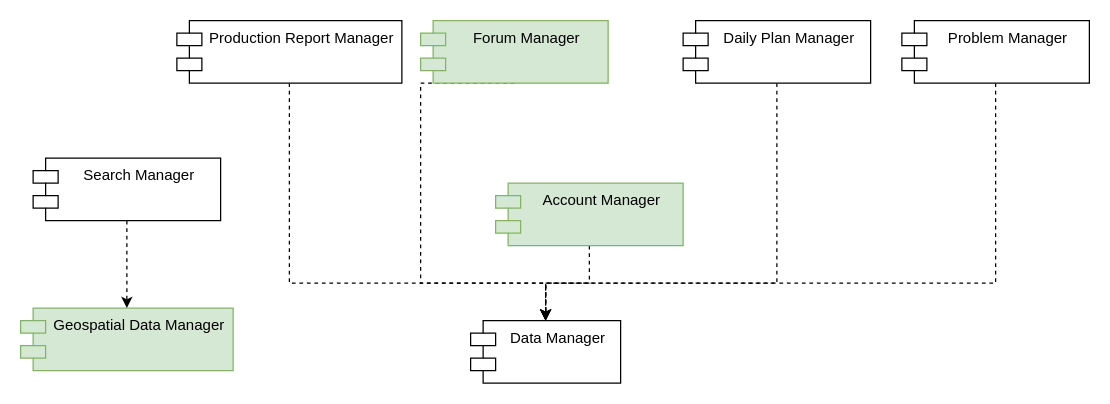
ictar/DREAM-SE2-Project-2022 keeps this draw.io diagram as page "AS - dependency" (1 of 2) of DD/diagrams/dependency and integration diagram.drawio. Above is the earlier version. Source tidied: cells renumbered, new cells numbered last; positions are measured from the earlier drawing's top-left corner, leaving out a move shared by most shapes. Both pictures are drawn from the tidied source at 125%, with x=0, y=0 at pixel (20, 20).
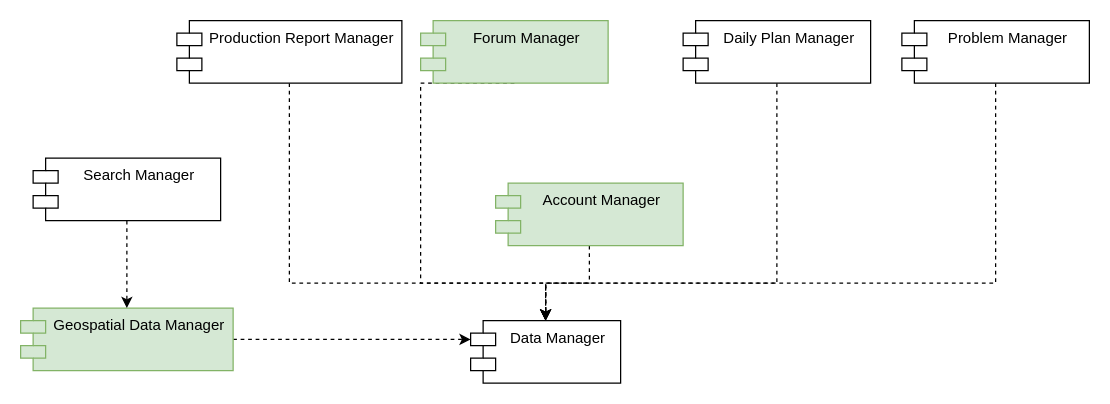
After the change.

The change refers to these unchanged cells:
```xml
<mxCell id="6" value="Data Manager" style="shape=module;align=left;spacingLeft=20;align=center;verticalAlign=top;fontColor=#000000;strokeColor=default;" parent="1" vertex="1">
  <mxGeometry x="360" y="240" width="120" height="50" as="geometry" />
</mxCell>
<mxCell id="11" value="Geospatial Data Manager" style="shape=module;align=left;spacingLeft=20;align=center;verticalAlign=top;strokeColor=#82b366;fillColor=#d5e8d4;" parent="1" vertex="1">
  <mxGeometry y="230" width="170" height="50" as="geometry" />
</mxCell>
```

Diff of the diagram source:
```diff
@@
+    <mxCell id="16" style="edgeStyle=orthogonalEdgeStyle;rounded=0;jettySize=auto;html=1;exitX=1;exitY=0.5;exitDx=0;exitDy=0;entryX=0;entryY=0;entryDx=0;entryDy=15;entryPerimeter=0;dashed=1;" parent="1" edge="1" source="11" target="6">
+      <mxGeometry relative="1" as="geometry" />
+    </mxCell>
```
